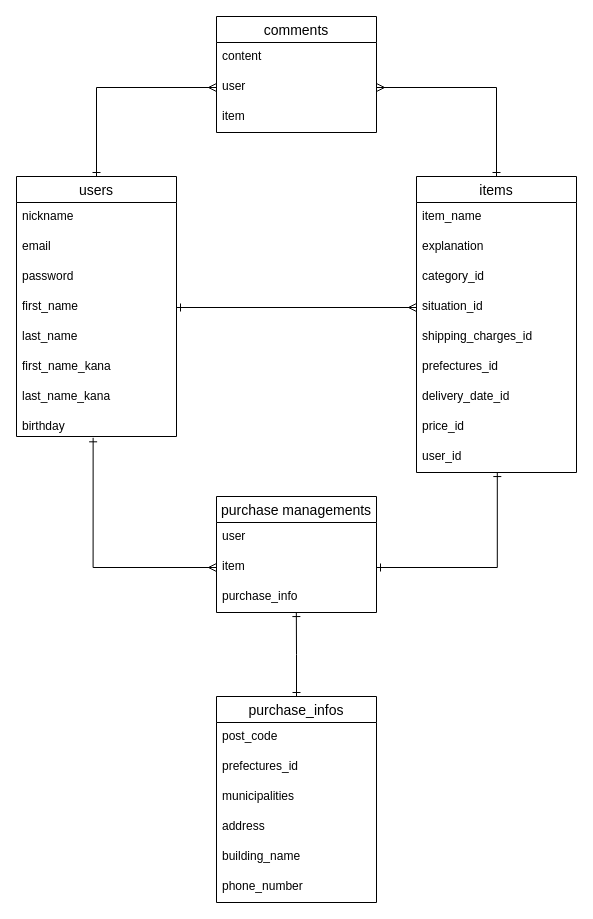
Before: furima_er.dio in yuyu0309/furima-38345, a draw.io diagram. Source tidied: cells renumbered, new cells numbered last; positions are measured from the earlier drawing's top-left corner, leaving out a move shared by most shapes. Both pictures are drawn from the tidied source at 100%, with x=0, y=0 at pixel (16, 16).
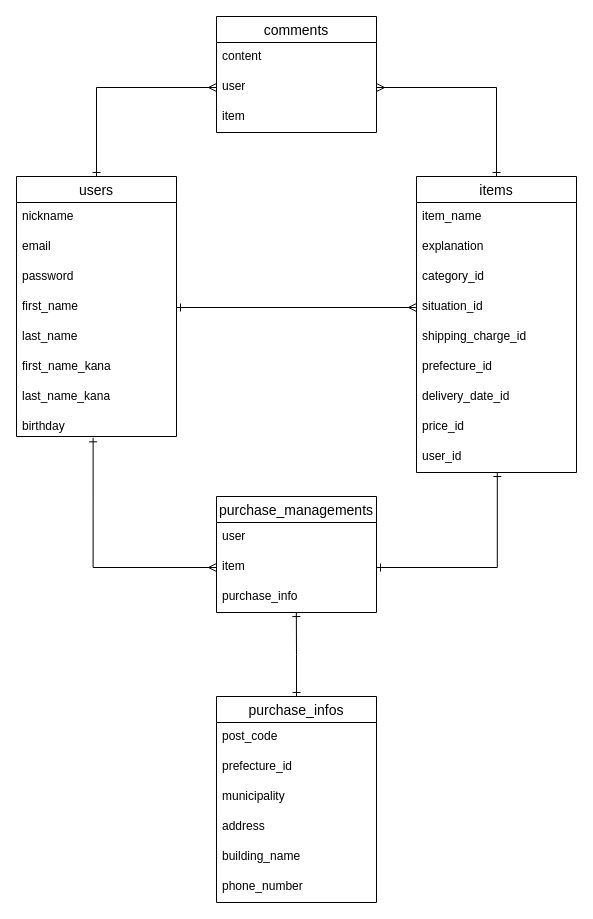
After the change.

Commit message (it also covers changes not shown here):
データベース設計の修正

Unchanged cells that the change refers to:
```xml
<mxCell id="12" value="items" style="swimlane;fontStyle=0;horizontal=1;startSize=26;align=center;fontSize=14;" parent="1" vertex="1">
  <mxGeometry x="400" y="160" width="160" height="296" as="geometry" />
</mxCell>
<mxCell id="23" value="purchase_infos" style="swimlane;fontStyle=0;horizontal=1;startSize=26;align=center;fontSize=14;" parent="1" vertex="1">
  <mxGeometry x="200" y="680" width="160" height="206" as="geometry" />
</mxCell>
```

The edit, as a diff of the source:
```diff
@@
-    <mxCell id="17" value="shipping_charges_id" style="text;strokeColor=none;fillColor=none;spacingLeft=4;spacingRight=4;overflow=hidden;fontSize=12;" parent="12" vertex="1">
+    <mxCell id="17" value="shipping_charge_id" style="text;strokeColor=none;fillColor=none;spacingLeft=4;spacingRight=4;overflow=hidden;fontSize=12;" parent="12" vertex="1">
       <mxGeometry y="146" width="160" height="30" as="geometry" />
     </mxCell>
-    <mxCell id="18" value="prefectures_id" style="text;strokeColor=none;fillColor=none;spacingLeft=4;spacingRight=4;overflow=hidden;fontSize=12;" parent="12" vertex="1">
+    <mxCell id="18" value="prefecture_id" style="text;strokeColor=none;fillColor=none;spacingLeft=4;spacingRight=4;overflow=hidden;fontSize=12;" parent="12" vertex="1">
       <mxGeometry y="176" width="160" height="30" as="geometry" />
     </mxCell>
@@
-    <mxCell id="25" value="prefectures_id" style="text;strokeColor=none;fillColor=none;spacingLeft=4;spacingRight=4;overflow=hidden;fontSize=12;" parent="23" vertex="1">
+    <mxCell id="25" value="prefecture_id" style="text;strokeColor=none;fillColor=none;spacingLeft=4;spacingRight=4;overflow=hidden;fontSize=12;" parent="23" vertex="1">
       <mxGeometry y="56" width="160" height="30" as="geometry" />
     </mxCell>
-    <mxCell id="26" value="municipalities" style="text;strokeColor=none;fillColor=none;spacingLeft=4;spacingRight=4;overflow=hidden;fontSize=12;" parent="23" vertex="1">
+    <mxCell id="26" value="municipality" style="text;strokeColor=none;fillColor=none;spacingLeft=4;spacingRight=4;overflow=hidden;fontSize=12;" parent="23" vertex="1">
       <mxGeometry y="86" width="160" height="30" as="geometry" />
     </mxCell>
@@
-    <mxCell id="36" value="purchase managements" style="swimlane;fontStyle=0;horizontal=1;startSize=26;align=center;fontSize=14;" parent="1" vertex="1">
+    <mxCell id="36" value="purchase_managements" style="swimlane;fontStyle=0;horizontal=1;startSize=26;align=center;fontSize=14;" parent="1" vertex="1">
       <mxGeometry x="200" y="480" width="160" height="116" as="geometry" />
     </mxCell>
```
